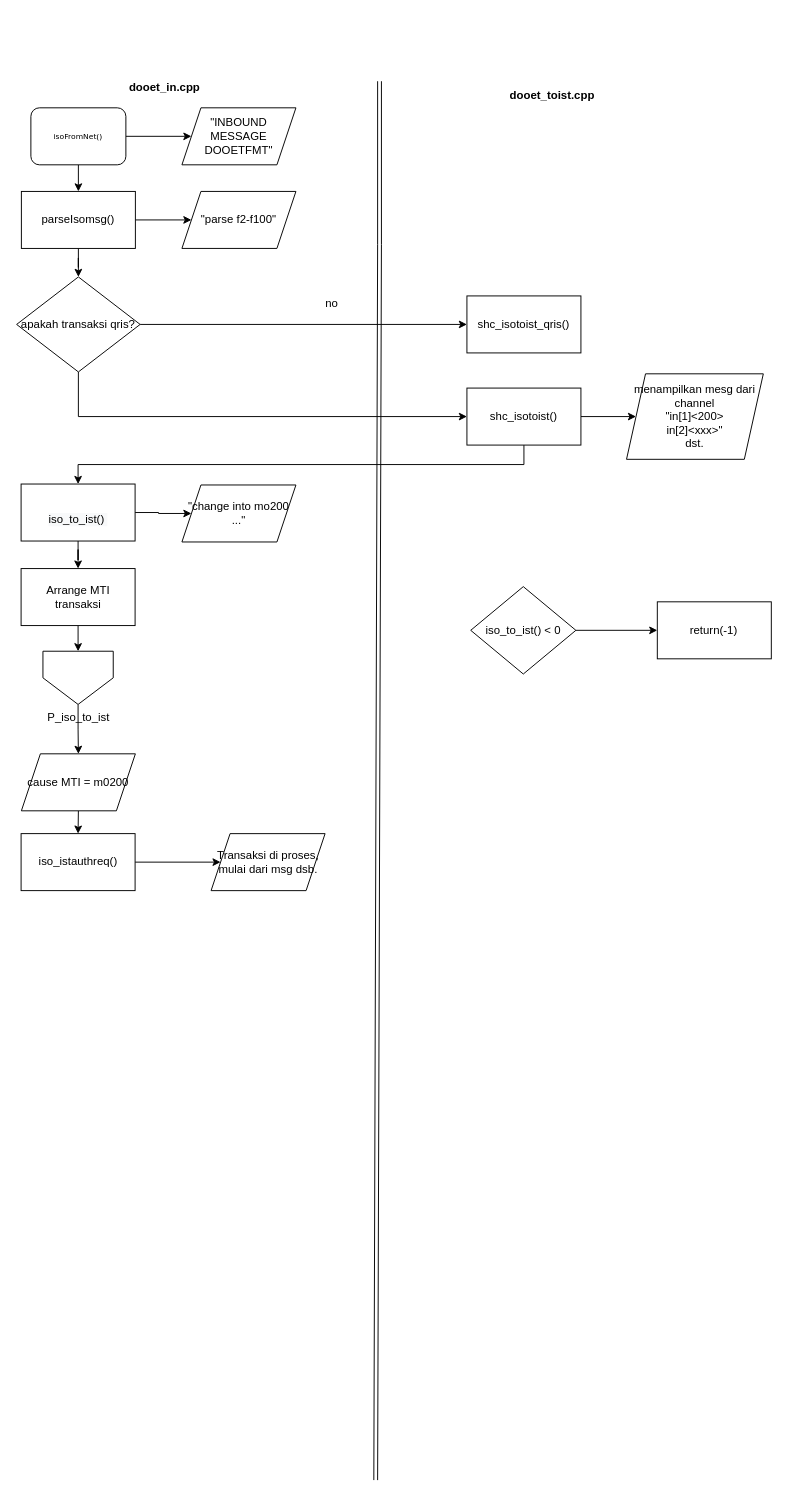
kalputrahadi57/multipolar keeps this draw.io diagram as page "Main" (3 of 4) of dooetf.drawio. Above is the earlier version. Source tidied: cells renumbered, new cells numbered last; positions are measured from the earlier drawing's top-left corner, leaving out a move shared by most shapes. Both pictures are drawn from the tidied source at 95%, with x=0, y=0 at pixel (16, 73).
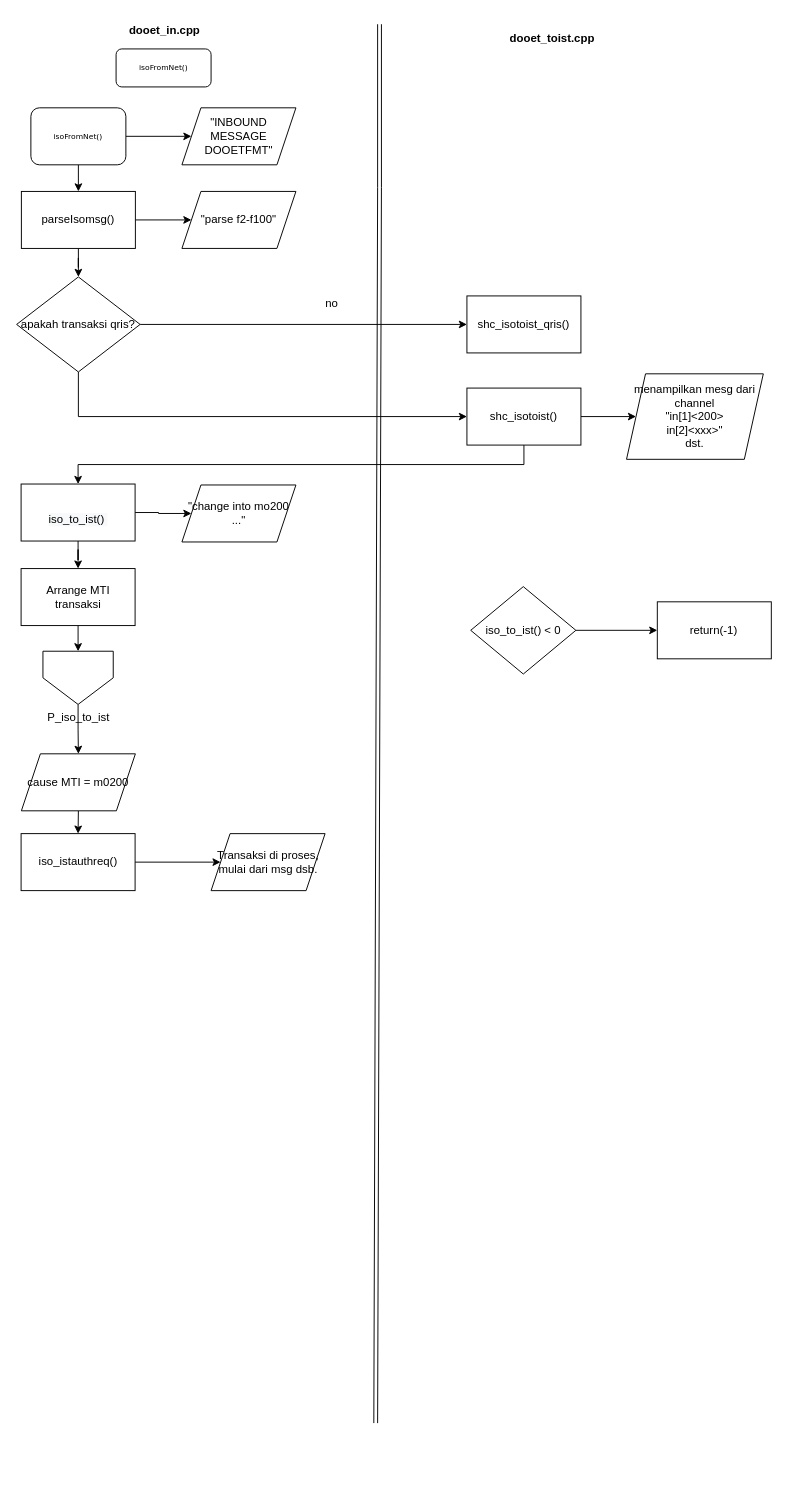
The same diagram, later.

The edit, as a diff of the source:
```diff
@@
     <mxCell id="17" style="shape=link;html=1;rounded=0;" parent="1" edge="1">
       <mxGeometry relative="1" as="geometry">
-        <mxPoint x="382" y="8" as="sourcePoint" />
-        <mxPoint x="378" y="1480.5" as="targetPoint" />
+        <mxPoint x="382" y="-52" as="sourcePoint" />
+        <mxPoint x="378" y="1420.5" as="targetPoint" />
         <Array as="points">
-          <mxPoint x="382" y="180" />
+          <mxPoint x="382" y="120" />
         </Array>
       </mxGeometry>
     </mxCell>
     <mxCell id="18" value="dooet_in.cpp" style="text;html=1;strokeColor=none;fillColor=none;align=center;verticalAlign=middle;whiteSpace=wrap;rounded=0;fontStyle=1;" parent="1" vertex="1">
-      <mxGeometry x="126" width="60" height="30" as="geometry" />
+      <mxGeometry x="126" y="-60" width="60" height="30" as="geometry" />
     </mxCell>
     <mxCell id="19" value="dooet_toist.cpp" style="text;html=1;strokeColor=none;fillColor=none;align=center;verticalAlign=middle;whiteSpace=wrap;rounded=0;fontStyle=1;" parent="1" vertex="1">
-      <mxGeometry x="534" y="8" width="60" height="30" as="geometry" />
+      <mxGeometry x="534" y="-52" width="60" height="30" as="geometry" />
     </mxCell>
@@
+    <mxCell id="38" value="isoFromNet()" style="rounded=1;whiteSpace=wrap;html=1;shadow=0;labelBackgroundColor=none;strokeWidth=1;fontFamily=Verdana;fontSize=8;align=center;" parent="1" vertex="1">
+      <mxGeometry x="104.7" y="-26" width="100" height="40" as="geometry" />
+    </mxCell>
```
